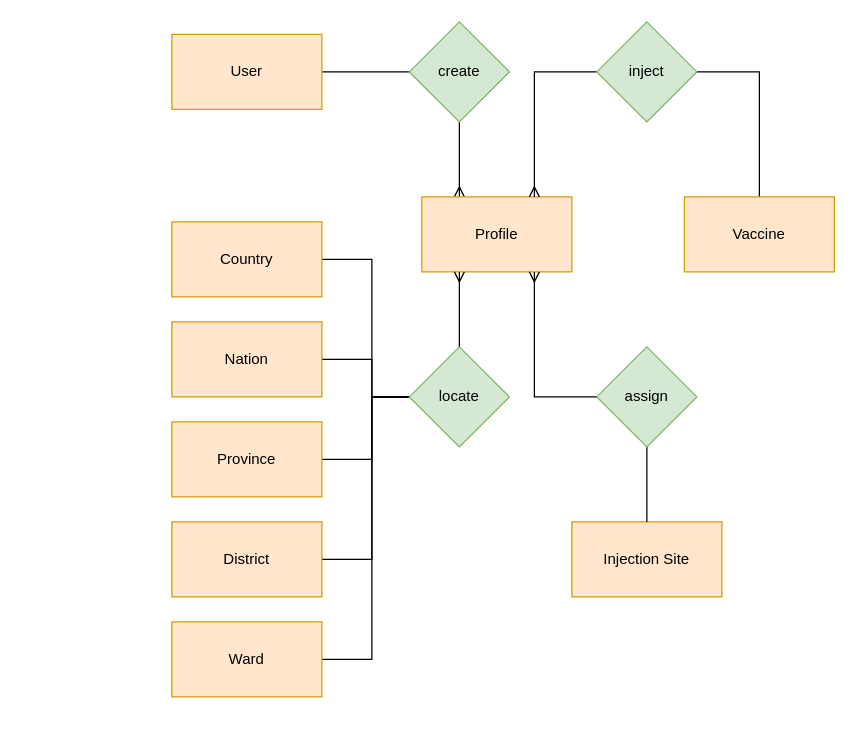
Earlier version of the draw.io diagram page "ERD" (2 of 6) of docs/design.drawio (censodev/aptech_prj600). Source tidied: cells renumbered, new cells numbered last; positions are measured from the earlier drawing's top-left corner, leaving out a move shared by most shapes. Both pictures are drawn from the tidied source at 125%, with x=0, y=0 at pixel (171, 21).
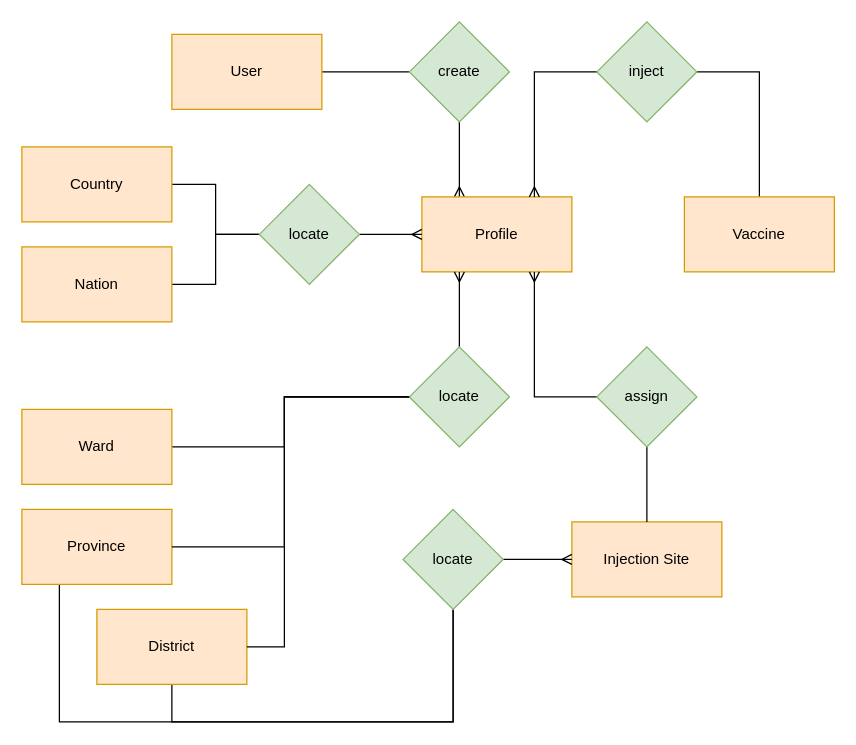
The same diagram, later.

Unchanged cells that the change refers to:
```xml
<mxCell id="5" value="Profile" style="rounded=0;whiteSpace=wrap;html=1;fillColor=#ffe6cc;strokeColor=#d79b00;" parent="1" vertex="1">
  <mxGeometry x="200" y="140" width="120" height="60" as="geometry" />
</mxCell>
<mxCell id="8" value="Injection Site" style="rounded=0;whiteSpace=wrap;html=1;fillColor=#ffe6cc;strokeColor=#d79b00;" parent="1" vertex="1">
  <mxGeometry x="320" y="400" width="120" height="60" as="geometry" />
</mxCell>
<mxCell id="19" value="locate" style="rhombus;whiteSpace=wrap;html=1;fillColor=#d5e8d4;strokeColor=#82b366;" parent="1" vertex="1">
  <mxGeometry x="190" y="260" width="80" height="80" as="geometry" />
</mxCell>
```

The edit, as a diff of the source:
```diff
@@
-    <mxCell id="9" style="edgeStyle=orthogonalEdgeStyle;rounded=0;jettySize=auto;html=1;exitX=1;exitY=0.5;exitDx=0;exitDy=0;entryX=0;entryY=0.5;entryDx=0;entryDy=0;endArrow=none;endFill=0;" parent="1" edge="1" source="10" target="19">
-      <mxGeometry relative="1" as="geometry">
-        <Array as="points">
-          <mxPoint x="160" y="350" />
-          <mxPoint x="160" y="300" />
-        </Array>
-      </mxGeometry>
-    </mxCell>
+    <mxCell id="27" style="edgeStyle=orthogonalEdgeStyle;rounded=0;jettySize=auto;html=1;exitX=0.25;exitY=1;exitDx=0;exitDy=0;entryX=0.5;entryY=1;entryDx=0;entryDy=0;endArrow=none;endFill=0;" parent="1" edge="1" source="10" target="35">
+      <mxGeometry relative="1" as="geometry">
+        <Array as="points">
+          <mxPoint x="-90" y="560" />
+          <mxPoint x="225" y="560" />
+        </Array>
+      </mxGeometry>
+    </mxCell>
     <mxCell id="10" value="Province" style="rounded=0;whiteSpace=wrap;html=1;fillColor=#ffe6cc;strokeColor=#d79b00;" parent="1" vertex="1">
-      <mxGeometry y="320" width="120" height="60" as="geometry" />
+      <mxGeometry x="-120" y="390" width="120" height="60" as="geometry" />
     </mxCell>
-    <mxCell id="11" style="edgeStyle=orthogonalEdgeStyle;rounded=0;jettySize=auto;html=1;exitX=1;exitY=0.5;exitDx=0;exitDy=0;entryX=0;entryY=0.5;entryDx=0;entryDy=0;endArrow=none;endFill=0;" parent="1" edge="1" source="12" target="19">
-      <mxGeometry relative="1" as="geometry">
-        <Array as="points">
-          <mxPoint x="160" y="430" />
-          <mxPoint x="160" y="300" />
-        </Array>
-      </mxGeometry>
-    </mxCell>
+    <mxCell id="28" style="edgeStyle=orthogonalEdgeStyle;rounded=0;jettySize=auto;html=1;exitX=0.5;exitY=1;exitDx=0;exitDy=0;entryX=0.5;entryY=1;entryDx=0;entryDy=0;endArrow=none;endFill=0;" parent="1" edge="1" source="12" target="35">
+      <mxGeometry relative="1" as="geometry">
+        <Array as="points">
+          <mxPoint y="560" />
+          <mxPoint x="225" y="560" />
+        </Array>
+      </mxGeometry>
+    </mxCell>
     <mxCell id="12" value="District" style="rounded=0;whiteSpace=wrap;html=1;fillColor=#ffe6cc;strokeColor=#d79b00;" parent="1" vertex="1">
-      <mxGeometry y="400" width="120" height="60" as="geometry" />
+      <mxGeometry x="-60" y="470" width="120" height="60" as="geometry" />
     </mxCell>
-    <mxCell id="13" style="edgeStyle=orthogonalEdgeStyle;rounded=0;jettySize=auto;html=1;exitX=1;exitY=0.5;exitDx=0;exitDy=0;entryX=0;entryY=0.5;entryDx=0;entryDy=0;endArrow=none;endFill=0;" parent="1" edge="1" source="14" target="19">
-      <mxGeometry relative="1" as="geometry">
-        <Array as="points">
-          <mxPoint x="160" y="270" />
-          <mxPoint x="160" y="300" />
-        </Array>
-      </mxGeometry>
-    </mxCell>
+    <mxCell id="29" style="edgeStyle=orthogonalEdgeStyle;rounded=0;jettySize=auto;html=1;exitX=1;exitY=0.5;exitDx=0;exitDy=0;entryX=0;entryY=0.5;entryDx=0;entryDy=0;endArrow=none;endFill=0;" parent="1" edge="1" source="14" target="37">
+      <mxGeometry relative="1" as="geometry" />
+    </mxCell>
     <mxCell id="14" value="Nation" style="rounded=0;whiteSpace=wrap;html=1;fillColor=#ffe6cc;strokeColor=#d79b00;" parent="1" vertex="1">
-      <mxGeometry y="240" width="120" height="60" as="geometry" />
+      <mxGeometry x="-120" y="180" width="120" height="60" as="geometry" />
     </mxCell>
-    <mxCell id="15" style="edgeStyle=orthogonalEdgeStyle;rounded=0;jettySize=auto;html=1;exitX=1;exitY=0.5;exitDx=0;exitDy=0;entryX=0;entryY=0.5;entryDx=0;entryDy=0;endArrow=none;endFill=0;" parent="1" edge="1" source="16" target="19">
-      <mxGeometry relative="1" as="geometry">
-        <Array as="points">
-          <mxPoint x="160" y="190" />
-          <mxPoint x="160" y="300" />
-        </Array>
-      </mxGeometry>
-    </mxCell>
+    <mxCell id="30" style="edgeStyle=orthogonalEdgeStyle;rounded=0;jettySize=auto;html=1;exitX=1;exitY=0.5;exitDx=0;exitDy=0;entryX=0;entryY=0.5;entryDx=0;entryDy=0;endArrow=none;endFill=0;" parent="1" edge="1" source="16" target="37">
+      <mxGeometry relative="1" as="geometry" />
+    </mxCell>
     <mxCell id="16" value="Country" style="rounded=0;whiteSpace=wrap;html=1;fillColor=#ffe6cc;strokeColor=#d79b00;" parent="1" vertex="1">
-      <mxGeometry y="160" width="120" height="60" as="geometry" />
+      <mxGeometry x="-120" y="100" width="120" height="60" as="geometry" />
     </mxCell>
@@
-    <mxCell id="18" style="edgeStyle=orthogonalEdgeStyle;rounded=0;jettySize=auto;html=1;exitX=0;exitY=0.5;exitDx=0;exitDy=0;entryX=1;entryY=0.5;entryDx=0;entryDy=0;endArrow=none;endFill=0;" parent="1" edge="1" source="19" target="26">
-      <mxGeometry relative="1" as="geometry">
-        <Array as="points">
-          <mxPoint x="160" y="300" />
-          <mxPoint x="160" y="510" />
-        </Array>
-      </mxGeometry>
-    </mxCell>
+    <mxCell id="31" style="edgeStyle=orthogonalEdgeStyle;rounded=0;jettySize=auto;html=1;exitX=0;exitY=0.5;exitDx=0;exitDy=0;entryX=1;entryY=0.5;entryDx=0;entryDy=0;endArrow=none;endFill=0;" parent="1" edge="1" source="19" target="10">
+      <mxGeometry relative="1" as="geometry">
+        <Array as="points">
+          <mxPoint x="90" y="300" />
+          <mxPoint x="90" y="420" />
+        </Array>
+      </mxGeometry>
+    </mxCell>
+    <mxCell id="32" style="edgeStyle=orthogonalEdgeStyle;rounded=0;jettySize=auto;html=1;exitX=0;exitY=0.5;exitDx=0;exitDy=0;entryX=1;entryY=0.5;entryDx=0;entryDy=0;endArrow=none;endFill=0;" parent="1" edge="1" source="19" target="12">
+      <mxGeometry relative="1" as="geometry">
+        <Array as="points">
+          <mxPoint x="90" y="300" />
+          <mxPoint x="90" y="500" />
+        </Array>
+      </mxGeometry>
+    </mxCell>
@@
+    <mxCell id="33" style="edgeStyle=orthogonalEdgeStyle;rounded=0;jettySize=auto;html=1;exitX=1;exitY=0.5;exitDx=0;exitDy=0;entryX=0;entryY=0.5;entryDx=0;entryDy=0;endArrow=none;endFill=0;" parent="1" edge="1" source="26" target="19">
+      <mxGeometry relative="1" as="geometry">
+        <Array as="points">
+          <mxPoint x="90" y="340" />
+          <mxPoint x="90" y="300" />
+        </Array>
+      </mxGeometry>
+    </mxCell>
     <mxCell id="26" value="Ward" style="rounded=0;whiteSpace=wrap;html=1;fillColor=#ffe6cc;strokeColor=#d79b00;" parent="1" vertex="1">
-      <mxGeometry y="480" width="120" height="60" as="geometry" />
+      <mxGeometry x="-120" y="310" width="120" height="60" as="geometry" />
     </mxCell>
+    <mxCell id="34" style="edgeStyle=orthogonalEdgeStyle;rounded=0;jettySize=auto;html=1;exitX=1;exitY=0.5;exitDx=0;exitDy=0;entryX=0;entryY=0.5;entryDx=0;entryDy=0;endArrow=ERmany;endFill=0;" parent="1" edge="1" source="35" target="8">
+      <mxGeometry relative="1" as="geometry" />
+    </mxCell>
+    <mxCell id="35" value="locate" style="rhombus;whiteSpace=wrap;html=1;fillColor=#d5e8d4;strokeColor=#82b366;" parent="1" vertex="1">
+      <mxGeometry x="185" y="390" width="80" height="80" as="geometry" />
+    </mxCell>
+    <mxCell id="36" style="edgeStyle=orthogonalEdgeStyle;rounded=0;jettySize=auto;html=1;exitX=1;exitY=0.5;exitDx=0;exitDy=0;entryX=0;entryY=0.5;entryDx=0;entryDy=0;endArrow=ERmany;endFill=0;" parent="1" edge="1" source="37" target="5">
+      <mxGeometry relative="1" as="geometry" />
+    </mxCell>
+    <mxCell id="37" value="locate" style="rhombus;whiteSpace=wrap;html=1;fillColor=#d5e8d4;strokeColor=#82b366;" parent="1" vertex="1">
+      <mxGeometry x="70" y="130" width="80" height="80" as="geometry" />
+    </mxCell>
```
